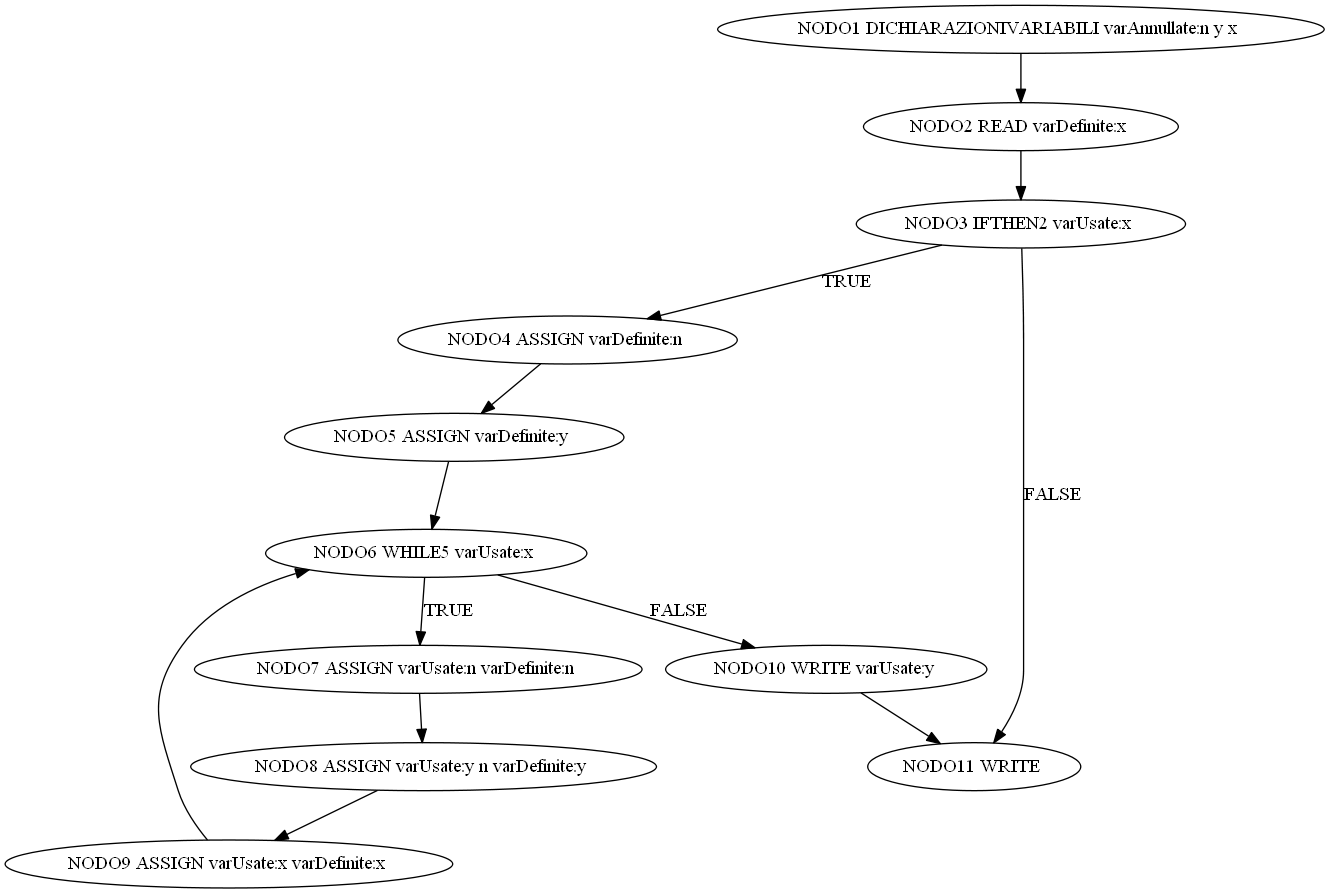
Earlier version of the Graphviz export cammini.png (Mazzotta-Fabio/Compilatore-YASPL). Its source is kept beside it as cammini.dot.
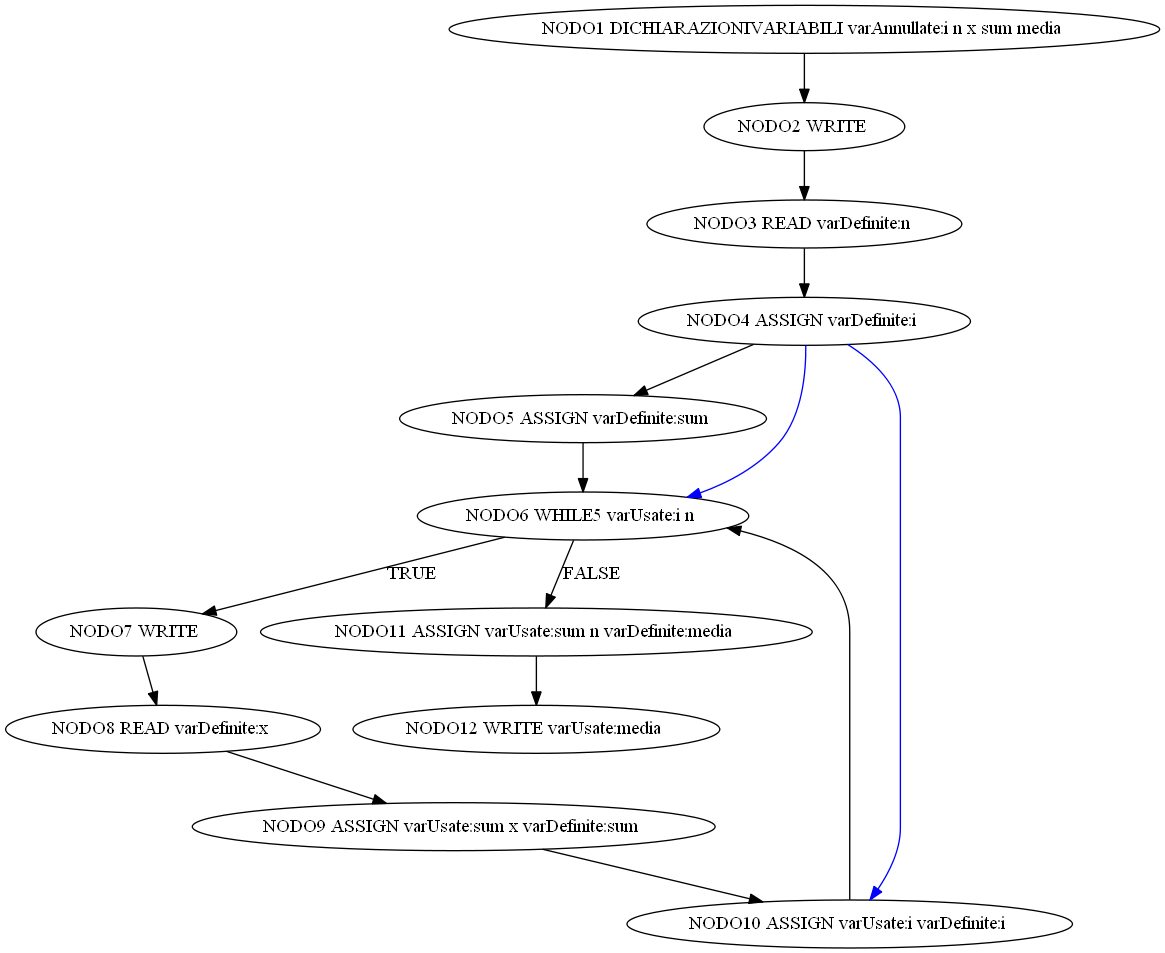
Above is the later version.

Change to the diagram source:
```diff
@@ -1,39 +1,45 @@
 diGraph G {
-NODO1 [label="NODO1 DICHIARAZIONIVARIABILI varAnnullate:n y x "]
-NODO2 [label="NODO2 READ varDefinite:x "]
+NODO1 [label="NODO1 DICHIARAZIONIVARIABILI varAnnullate:i n x sum media "]
+NODO2 [label="NODO2 WRITE "]
 NODO1 -> NODO2
-NODO2 [label="NODO2 READ varDefinite:x "]
-NODO3 [label="NODO3 IFTHEN2 varUsate:x "]
+NODO2 [label="NODO2 WRITE "]
+NODO3 [label="NODO3 READ varDefinite:n "]
 NODO2 -> NODO3
-NODO3 [label="NODO3 IFTHEN2 varUsate:x "]
-NODO4 [label="NODO4 ASSIGN varDefinite:n "]
-NODO3 -> NODO4 [label="TRUE      "];
-NODO4 [label="NODO4 ASSIGN varDefinite:n "]
-NODO5 [label="NODO5 ASSIGN varDefinite:y "]
+NODO3 [label="NODO3 READ varDefinite:n "]
+NODO4 [label="NODO4 ASSIGN varDefinite:i "]
+NODO3 -> NODO4
+NODO4 [label="NODO4 ASSIGN varDefinite:i "]
+NODO5 [label="NODO5 ASSIGN varDefinite:sum "]
 NODO4 -> NODO5
-NODO5 [label="NODO5 ASSIGN varDefinite:y "]
-NODO6 [label="NODO6 WHILE5 varUsate:x "]
+NODO5 [label="NODO5 ASSIGN varDefinite:sum "]
+NODO6 [label="NODO6 WHILE5 varUsate:i n "]
 NODO5 -> NODO6
-NODO6 [label="NODO6 WHILE5 varUsate:x "]
-NODO7 [label="NODO7 ASSIGN varUsate:n varDefinite:n "]
+NODO6 [label="NODO6 WHILE5 varUsate:i n "]
+NODO7 [label="NODO7 WRITE "]
 NODO6 -> NODO7 [label="TRUE      "];
-NODO7 [label="NODO7 ASSIGN varUsate:n varDefinite:n "]
-NODO8 [label="NODO8 ASSIGN varUsate:y n varDefinite:y "]
+NODO7 [label="NODO7 WRITE "]
+NODO8 [label="NODO8 READ varDefinite:x "]
 NODO7 -> NODO8
-NODO8 [label="NODO8 ASSIGN varUsate:y n varDefinite:y "]
-NODO9 [label="NODO9 ASSIGN varUsate:x varDefinite:x "]
+NODO8 [label="NODO8 READ varDefinite:x "]
+NODO9 [label="NODO9 ASSIGN varUsate:sum x varDefinite:sum "]
 NODO8 -> NODO9
-NODO9 [label="NODO9 ASSIGN varUsate:x varDefinite:x "]
-NODO6 [label="NODO6 WHILE5 varUsate:x "]
-NODO9 -> NODO6
-NODO6 [label="NODO6 WHILE5 varUsate:x "]
-NODO10 [label="NODO10 WRITE varUsate:y "]
-NODO6 -> NODO10 [label="FALSE"];
-NODO3 [label="NODO3 IFTHEN2 varUsate:x "]
-NODO11 [label="NODO11 WRITE "]
-NODO3 -> NODO11 [label="FALSE"];
-NODO10 [label="NODO10 WRITE varUsate:y "]
-NODO11 [label="NODO11 WRITE "]
-NODO10 -> NODO11
+NODO9 [label="NODO9 ASSIGN varUsate:sum x varDefinite:sum "]
+NODO10 [label="NODO10 ASSIGN varUsate:i varDefinite:i "]
+NODO9 -> NODO10
+NODO10 [label="NODO10 ASSIGN varUsate:i varDefinite:i "]
+NODO6 [label="NODO6 WHILE5 varUsate:i n "]
+NODO10 -> NODO6
+NODO6 [label="NODO6 WHILE5 varUsate:i n "]
+NODO11 [label="NODO11 ASSIGN varUsate:sum n varDefinite:media "]
+NODO6 -> NODO11 [label="FALSE"];
+NODO11 [label="NODO11 ASSIGN varUsate:sum n varDefinite:media "]
+NODO12 [label="NODO12 WRITE varUsate:media "]
+NODO11 -> NODO12
+NODO4 [label="NODO4 ASSIGN varDefinite:i "]
+NODO6 [label="NODO6 WHILE5 varUsate:i n "]
+NODO4 -> NODO6 [color="blue"]
+NODO4 [label="NODO4 ASSIGN varDefinite:i "]
+NODO10 [label="NODO10 ASSIGN varUsate:i varDefinite:i "]
+NODO4 -> NODO10 [color="blue"]
 
 }
```
